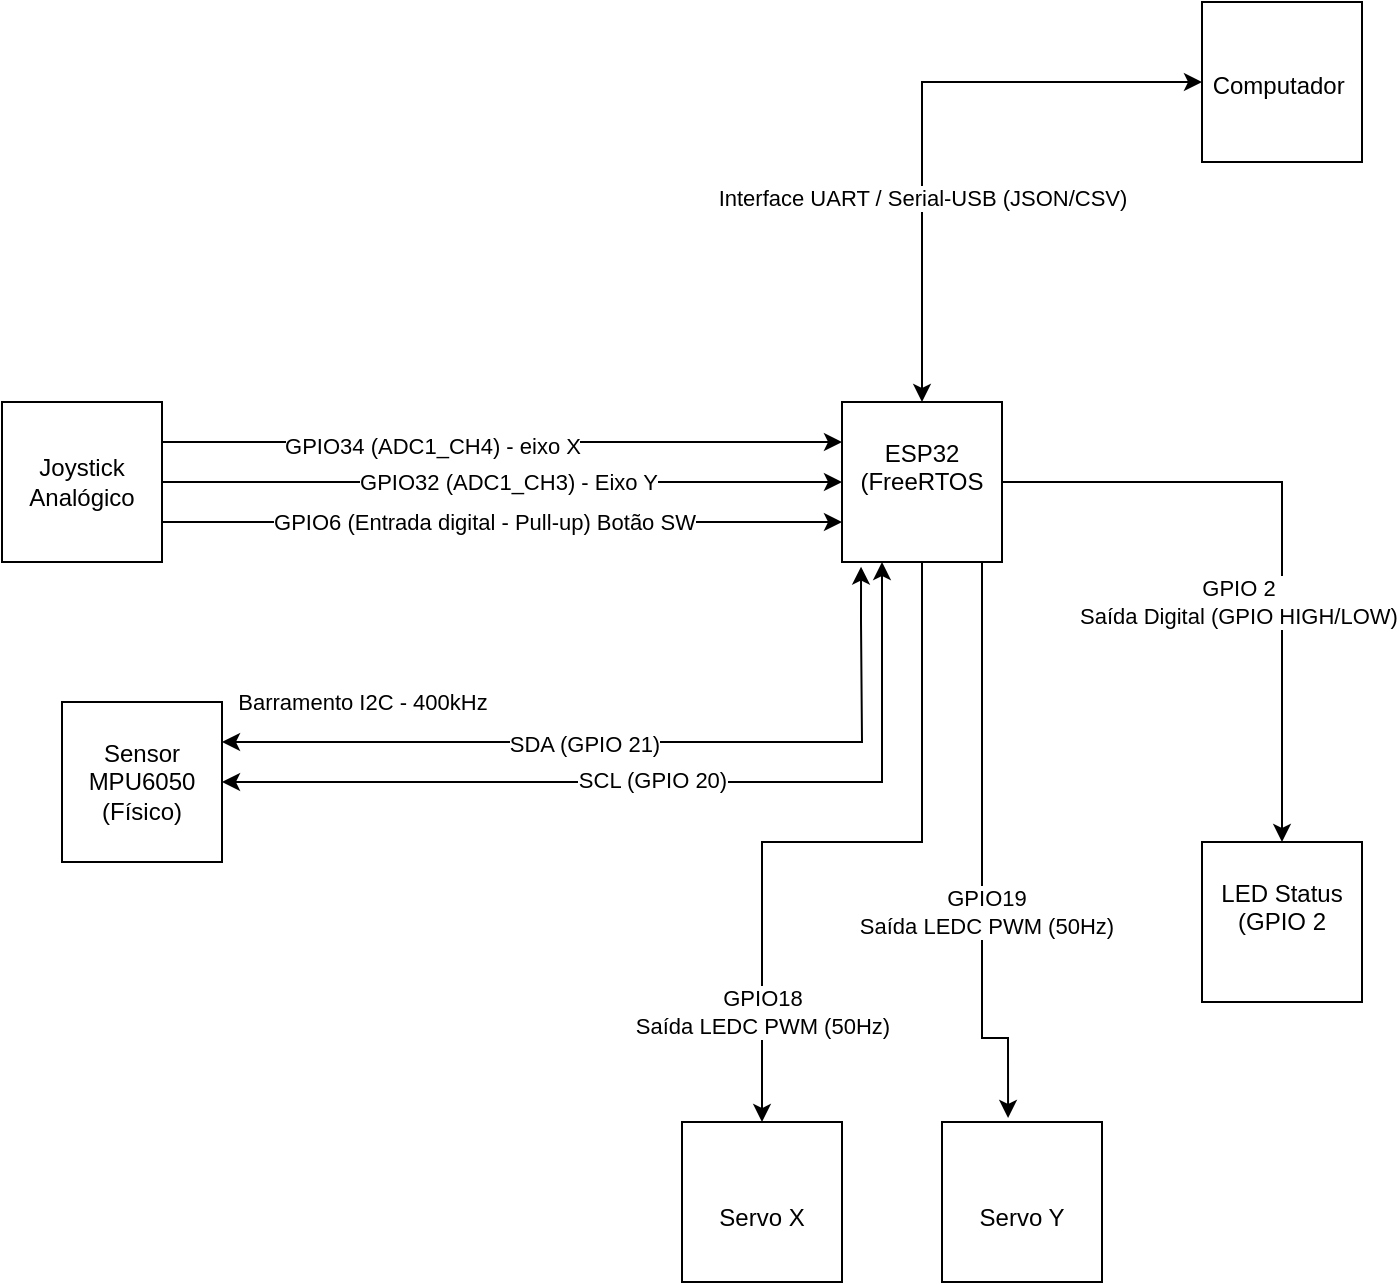
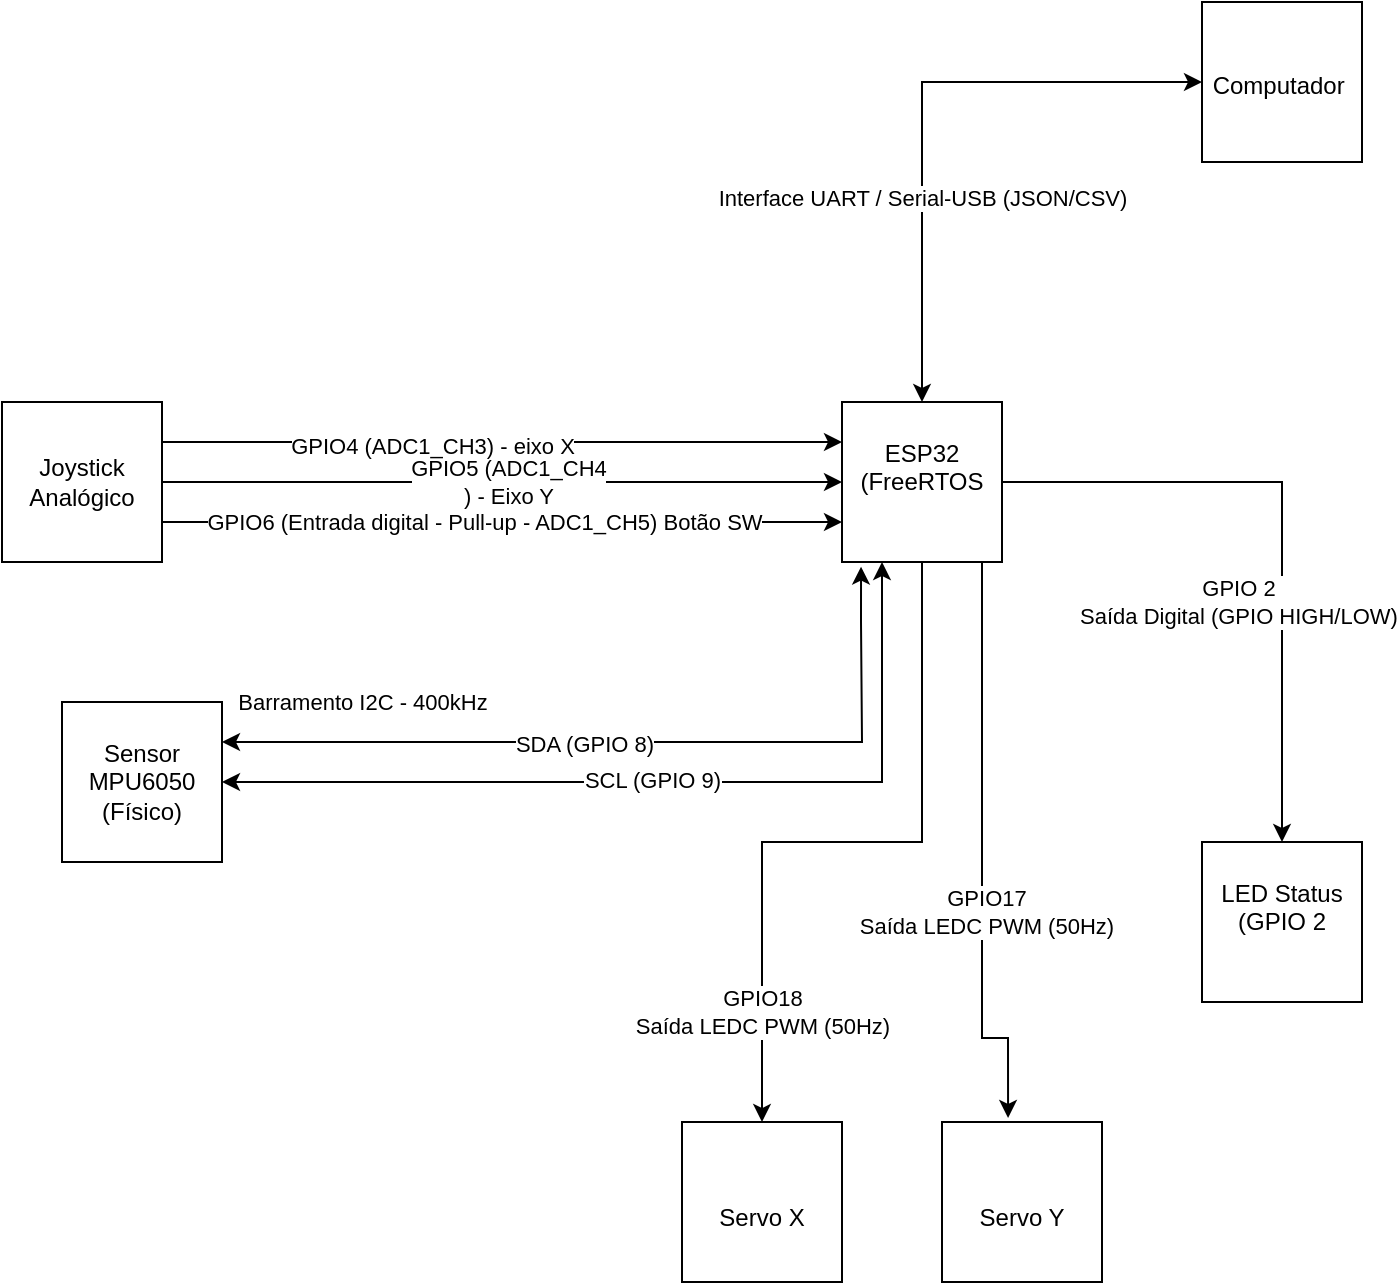
<mxfile host="Electron" agent="Mozilla/5.0 (Windows NT 10.0; Win64; x64) AppleWebKit/537.36 (KHTML, like Gecko) draw.io/29.6.6 Chrome/144.0.7559.236 Electron/40.8.4 Safari/537.36" version="29.6.6">
  <diagram name="Página-1" id="03X4hBIXiGKpYStbue-_">
-     <mxGraphModel dx="1188" dy="716" grid="1" gridSize="10" guides="1" tooltips="1" connect="1" arrows="1" fold="1" page="1" pageScale="1" pageWidth="827" pageHeight="1169" math="0" shadow="0">
+     <mxGraphModel dx="1019" dy="614" grid="1" gridSize="10" guides="1" tooltips="1" connect="1" arrows="1" fold="1" page="1" pageScale="1" pageWidth="827" pageHeight="1169" math="0" shadow="0">
      <root>
        <mxCell id="0" />
        <mxCell id="1" parent="0" />
        <mxCell id="oq7cO_VvlCCRNrVuNheC-7" edge="1" parent="1" source="oq7cO_VvlCCRNrVuNheC-1" style="edgeStyle=orthogonalEdgeStyle;rounded=0;orthogonalLoop=1;jettySize=auto;html=1;exitX=1;exitY=0.5;exitDx=0;exitDy=0;entryX=0;entryY=0.5;entryDx=0;entryDy=0;" target="oq7cO_VvlCCRNrVuNheC-2">
          <mxGeometry relative="1" as="geometry" />
        </mxCell>
-         <mxCell id="oq7cO_VvlCCRNrVuNheC-19" connectable="0" parent="oq7cO_VvlCCRNrVuNheC-7" style="edgeLabel;html=1;align=center;verticalAlign=middle;resizable=0;points=[];" value="GPIO32 (ADC1_CH3) - Eixo Y" vertex="1">
+         <mxCell id="oq7cO_VvlCCRNrVuNheC-19" connectable="0" parent="oq7cO_VvlCCRNrVuNheC-7" style="edgeLabel;html=1;align=center;verticalAlign=middle;resizable=0;points=[];" value="GPIO5 (ADC1_CH4&lt;div&gt;) - Eixo Y&lt;/div&gt;" vertex="1">
          <mxGeometry relative="1" x="0.0154" as="geometry">
            <mxPoint as="offset" />
          </mxGeometry>
        </mxCell>
        <mxCell id="oq7cO_VvlCCRNrVuNheC-15" edge="1" parent="1" source="oq7cO_VvlCCRNrVuNheC-1" style="edgeStyle=orthogonalEdgeStyle;rounded=0;orthogonalLoop=1;jettySize=auto;html=1;exitX=1;exitY=0.25;exitDx=0;exitDy=0;entryX=0;entryY=0.25;entryDx=0;entryDy=0;" target="oq7cO_VvlCCRNrVuNheC-2">
          <mxGeometry relative="1" as="geometry" />
        </mxCell>
-         <mxCell id="oq7cO_VvlCCRNrVuNheC-18" connectable="0" parent="oq7cO_VvlCCRNrVuNheC-15" style="edgeLabel;html=1;align=center;verticalAlign=middle;resizable=0;points=[];" value="GPIO34 (ADC1_CH4) - eixo X" vertex="1">
+         <mxCell id="oq7cO_VvlCCRNrVuNheC-18" connectable="0" parent="oq7cO_VvlCCRNrVuNheC-15" style="edgeLabel;html=1;align=center;verticalAlign=middle;resizable=0;points=[];" value="GPIO4 (ADC1_CH3) - eixo X" vertex="1">
          <mxGeometry relative="1" x="-0.2077" y="-2" as="geometry">
            <mxPoint as="offset" />
          </mxGeometry>
        </mxCell>
        <mxCell id="oq7cO_VvlCCRNrVuNheC-16" edge="1" parent="1" source="oq7cO_VvlCCRNrVuNheC-1" style="edgeStyle=orthogonalEdgeStyle;rounded=0;orthogonalLoop=1;jettySize=auto;html=1;exitX=1;exitY=0.75;exitDx=0;exitDy=0;entryX=0;entryY=0.75;entryDx=0;entryDy=0;" target="oq7cO_VvlCCRNrVuNheC-2">
          <mxGeometry relative="1" as="geometry" />
        </mxCell>
-         <mxCell id="oq7cO_VvlCCRNrVuNheC-20" connectable="0" parent="oq7cO_VvlCCRNrVuNheC-16" style="edgeLabel;html=1;align=center;verticalAlign=middle;resizable=0;points=[];" value="GPIO6 (Entrada digital - Pull-up) Botão SW" vertex="1">
+         <mxCell id="oq7cO_VvlCCRNrVuNheC-20" connectable="0" parent="oq7cO_VvlCCRNrVuNheC-16" style="edgeLabel;html=1;align=center;verticalAlign=middle;resizable=0;points=[];" value="GPIO6 (Entrada digital - Pull-up - ADC1_CH5&lt;span style=&quot;background-color: light-dark(#ffffff, var(--ge-dark-color, #121212)); color: light-dark(rgb(0, 0, 0), rgb(255, 255, 255));&quot;&gt;) Botão SW&lt;/span&gt;" vertex="1">
          <mxGeometry relative="1" x="-0.0538" as="geometry">
            <mxPoint as="offset" />
          </mxGeometry>
        </mxCell>
        <mxCell id="oq7cO_VvlCCRNrVuNheC-1" parent="1" style="whiteSpace=wrap;html=1;aspect=fixed;" value="Joystick Analógico" vertex="1">
          <mxGeometry height="80" width="80" x="40" y="280" as="geometry" />
        </mxCell>
        <mxCell id="oq7cO_VvlCCRNrVuNheC-8" edge="1" parent="1" source="oq7cO_VvlCCRNrVuNheC-2" style="edgeStyle=orthogonalEdgeStyle;rounded=0;orthogonalLoop=1;jettySize=auto;html=1;entryX=0.5;entryY=0;entryDx=0;entryDy=0;" target="oq7cO_VvlCCRNrVuNheC-6">
          <mxGeometry relative="1" as="geometry">
            <mxPoint x="440" y="520" as="targetPoint" />
          </mxGeometry>
        </mxCell>
        <mxCell id="oq7cO_VvlCCRNrVuNheC-26" connectable="0" parent="oq7cO_VvlCCRNrVuNheC-8" style="edgeLabel;html=1;align=center;verticalAlign=middle;resizable=0;points=[];" value="GPIO18&lt;br&gt;Saída LEDC PWM (50Hz)" vertex="1">
          <mxGeometry relative="1" x="0.1583" as="geometry">
            <mxPoint x="-12" y="85" as="offset" />
          </mxGeometry>
        </mxCell>
        <mxCell id="oq7cO_VvlCCRNrVuNheC-9" edge="1" parent="1" source="oq7cO_VvlCCRNrVuNheC-2" style="rounded=0;orthogonalLoop=1;jettySize=auto;html=1;entryX=1;entryY=0.5;entryDx=0;entryDy=0;edgeStyle=orthogonalEdgeStyle;startArrow=classic;startFill=1;" target="oq7cO_VvlCCRNrVuNheC-3">
          <mxGeometry relative="1" as="geometry">
            <Array as="points">
              <mxPoint x="480" y="470" />
            </Array>
          </mxGeometry>
        </mxCell>
-         <mxCell id="oq7cO_VvlCCRNrVuNheC-24" connectable="0" parent="oq7cO_VvlCCRNrVuNheC-9" style="edgeLabel;html=1;align=center;verticalAlign=middle;resizable=0;points=[];" value="SCL (GPIO 20)" vertex="1">
+         <mxCell id="oq7cO_VvlCCRNrVuNheC-24" connectable="0" parent="oq7cO_VvlCCRNrVuNheC-9" style="edgeLabel;html=1;align=center;verticalAlign=middle;resizable=0;points=[];" value="SCL (GPIO 9)" vertex="1">
          <mxGeometry relative="1" x="0.0227" y="-1" as="geometry">
            <mxPoint as="offset" />
          </mxGeometry>
        </mxCell>
        <mxCell id="oq7cO_VvlCCRNrVuNheC-10" edge="1" parent="1" source="oq7cO_VvlCCRNrVuNheC-2" style="edgeStyle=orthogonalEdgeStyle;rounded=0;orthogonalLoop=1;jettySize=auto;html=1;entryX=0.5;entryY=0;entryDx=0;entryDy=0;" target="oq7cO_VvlCCRNrVuNheC-4">
          <mxGeometry relative="1" as="geometry" />
        </mxCell>
        <mxCell id="oq7cO_VvlCCRNrVuNheC-29" connectable="0" parent="oq7cO_VvlCCRNrVuNheC-10" style="edgeLabel;html=1;align=center;verticalAlign=middle;resizable=0;points=[];" value="GPIO 2&lt;br&gt;&lt;div&gt;Saída Digital (GPIO HIGH/LOW)&lt;/div&gt;" vertex="1">
          <mxGeometry relative="1" x="-0.2625" y="-5" as="geometry">
            <mxPoint y="55" as="offset" />
          </mxGeometry>
        </mxCell>
        <mxCell id="oq7cO_VvlCCRNrVuNheC-2" parent="1" style="whiteSpace=wrap;html=1;aspect=fixed;" value="&#xa;ESP32 (FreeRTOS&#xa;&#xa;" vertex="1">
          <mxGeometry height="80" width="80" x="460" y="280" as="geometry" />
        </mxCell>
        <mxCell id="oq7cO_VvlCCRNrVuNheC-3" parent="1" style="whiteSpace=wrap;html=1;aspect=fixed;" value="Sensor&lt;br&gt;MPU6050 (Físico)" vertex="1">
          <mxGeometry height="80" width="80" x="70" y="430" as="geometry" />
        </mxCell>
        <mxCell id="oq7cO_VvlCCRNrVuNheC-4" parent="1" style="whiteSpace=wrap;html=1;aspect=fixed;" value="&#xa;LED Status (GPIO 2&#xa;&#xa;" vertex="1">
          <mxGeometry height="80" width="80" x="640" y="500" as="geometry" />
        </mxCell>
        <mxCell id="oq7cO_VvlCCRNrVuNheC-6" parent="1" style="whiteSpace=wrap;html=1;aspect=fixed;" value="&lt;br&gt; Servo X" vertex="1">
          <mxGeometry height="80" width="80" x="380" y="640" as="geometry" />
        </mxCell>
        <mxCell id="oq7cO_VvlCCRNrVuNheC-21" edge="1" parent="1" source="oq7cO_VvlCCRNrVuNheC-2" style="rounded=0;orthogonalLoop=1;jettySize=auto;html=1;entryX=1;entryY=0.5;entryDx=0;entryDy=0;edgeStyle=orthogonalEdgeStyle;startArrow=classic;startFill=1;exitX=0.119;exitY=1.029;exitDx=0;exitDy=0;exitPerimeter=0;">
          <mxGeometry relative="1" as="geometry">
            <Array as="points">
              <mxPoint x="470" y="390" />
              <mxPoint x="470" y="450" />
            </Array>
            <mxPoint x="460" y="360" as="sourcePoint" />
            <mxPoint x="150" y="450" as="targetPoint" />
          </mxGeometry>
        </mxCell>
        <mxCell id="oq7cO_VvlCCRNrVuNheC-22" connectable="0" parent="oq7cO_VvlCCRNrVuNheC-21" style="edgeLabel;html=1;align=center;verticalAlign=middle;resizable=0;points=[];" value="Barramento I2C - 400kHz" vertex="1">
          <mxGeometry relative="1" x="0.1189" y="-1" as="geometry">
            <mxPoint x="-110" y="-19" as="offset" />
          </mxGeometry>
        </mxCell>
-         <mxCell id="oq7cO_VvlCCRNrVuNheC-23" connectable="0" parent="oq7cO_VvlCCRNrVuNheC-21" style="edgeLabel;html=1;align=center;verticalAlign=middle;resizable=0;points=[];" value="SDA (GPIO 21)" vertex="1">
+         <mxCell id="oq7cO_VvlCCRNrVuNheC-23" connectable="0" parent="oq7cO_VvlCCRNrVuNheC-21" style="edgeLabel;html=1;align=center;verticalAlign=middle;resizable=0;points=[];" value="SDA (GPIO 8)" vertex="1">
          <mxGeometry relative="1" x="0.115" y="1" as="geometry">
            <mxPoint as="offset" />
          </mxGeometry>
        </mxCell>
        <mxCell id="oq7cO_VvlCCRNrVuNheC-25" parent="1" style="whiteSpace=wrap;html=1;aspect=fixed;" value="&lt;br&gt; Servo Y" vertex="1">
          <mxGeometry height="80" width="80" x="510" y="640" as="geometry" />
        </mxCell>
        <mxCell id="oq7cO_VvlCCRNrVuNheC-27" edge="1" parent="1" source="oq7cO_VvlCCRNrVuNheC-2" style="edgeStyle=orthogonalEdgeStyle;rounded=0;orthogonalLoop=1;jettySize=auto;html=1;entryX=0.413;entryY=-0.025;entryDx=0;entryDy=0;entryPerimeter=0;" target="oq7cO_VvlCCRNrVuNheC-25">
          <mxGeometry relative="1" as="geometry">
            <Array as="points">
              <mxPoint x="530" y="598" />
              <mxPoint x="543" y="598" />
            </Array>
          </mxGeometry>
        </mxCell>
-         <mxCell id="oq7cO_VvlCCRNrVuNheC-28" connectable="0" parent="oq7cO_VvlCCRNrVuNheC-27" style="edgeLabel;html=1;align=center;verticalAlign=middle;resizable=0;points=[];" value="GPIO19&lt;br&gt;Saída LEDC PWM (50Hz)" vertex="1">
+         <mxCell id="oq7cO_VvlCCRNrVuNheC-28" connectable="0" parent="oq7cO_VvlCCRNrVuNheC-27" style="edgeLabel;html=1;align=center;verticalAlign=middle;resizable=0;points=[];" value="GPIO17&lt;br&gt;Saída LEDC PWM (50Hz)" vertex="1">
          <mxGeometry relative="1" x="0.2027" y="2" as="geometry">
            <mxPoint as="offset" />
          </mxGeometry>
        </mxCell>
        <mxCell id="oq7cO_VvlCCRNrVuNheC-31" edge="1" parent="1" source="oq7cO_VvlCCRNrVuNheC-30" style="edgeStyle=orthogonalEdgeStyle;rounded=0;orthogonalLoop=1;jettySize=auto;html=1;exitX=0;exitY=0.5;exitDx=0;exitDy=0;startArrow=classic;startFill=1;" target="oq7cO_VvlCCRNrVuNheC-2">
          <mxGeometry relative="1" as="geometry" />
        </mxCell>
        <mxCell id="oq7cO_VvlCCRNrVuNheC-32" connectable="0" parent="oq7cO_VvlCCRNrVuNheC-31" style="edgeLabel;html=1;align=center;verticalAlign=middle;resizable=0;points=[];" value="Interface UART / Serial-USB (JSON/CSV)" vertex="1">
          <mxGeometry relative="1" x="0.32" as="geometry">
            <mxPoint as="offset" />
          </mxGeometry>
        </mxCell>
        <mxCell id="oq7cO_VvlCCRNrVuNheC-30" parent="1" style="whiteSpace=wrap;html=1;aspect=fixed;" value="&lt;span data-path-to-node=&quot;16,1&quot;&gt;Computador&amp;nbsp;&lt;/span&gt;&lt;span data-path-to-node=&quot;16,2&quot;&gt;&lt;span class=&quot;citation-7 citation-end-7&quot;&gt;&lt;sup class=&quot;superscript&quot; data-turn-source-index=&quot;7&quot;&gt;&lt;/sup&gt;&lt;sup class=&quot;superscript&quot; data-turn-source-index=&quot;7&quot;&gt;&lt;/sup&gt;&lt;sup class=&quot;superscript&quot; data-turn-source-index=&quot;7&quot;&gt;&lt;/sup&gt;&lt;sup class=&quot;superscript&quot; data-turn-source-index=&quot;7&quot;&gt;&lt;/sup&gt;&lt;/span&gt;&lt;/span&gt;" vertex="1">
          <mxGeometry height="80" width="80" x="640" y="80" as="geometry" />
        </mxCell>
      </root>
    </mxGraphModel>
  </diagram>
</mxfile>
